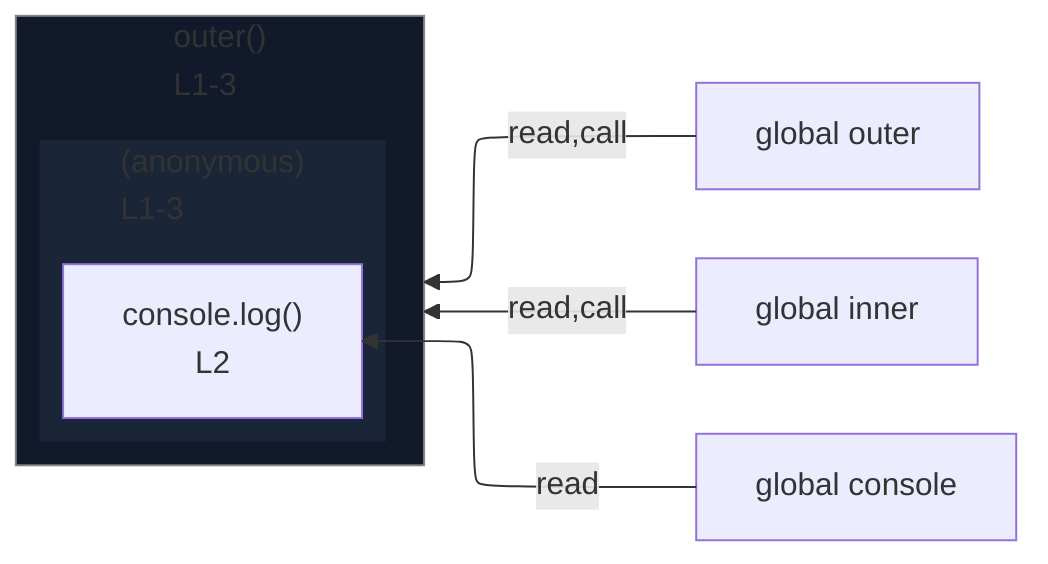
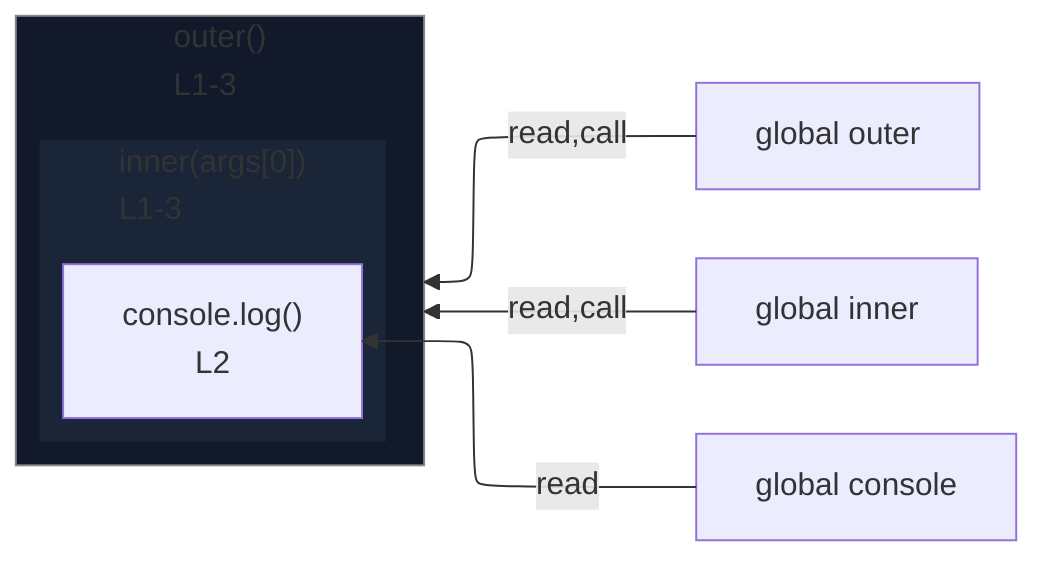
%%{init: {"flowchart": {"defaultRenderer": "elk"}}}%%
flowchart RL
  n_scope_0_outer_0["global outer"]
  n_scope_0_inner_6["global inner"]
  n_scope_0_console_22["global console"]
  subgraph expr_stmt_0["outer()<br/>L1-3"]
    direction RL
-     subgraph s_scope_1["(anonymous)<br/>L1-3"]
+     subgraph s_scope_1["inner(args[0])<br/>L1-3"]
      direction RL
      expr_stmt_22["console.log()<br/>L2"]
    end
  end
  n_scope_0_outer_0 -->|read,call| expr_stmt_0
  n_scope_0_inner_6 -->|read,call| expr_stmt_0
  n_scope_0_console_22 -->|read| expr_stmt_22
  classDef nestL1 fill:#11192a,stroke:transparent;
  class expr_stmt_0 nestL1;
  classDef nestL2 fill:#1a2538,stroke:transparent;
  class s_scope_1 nestL2;
  classDef edgeTargetSubgraph stroke:#888;
  class expr_stmt_0 edgeTargetSubgraph;
